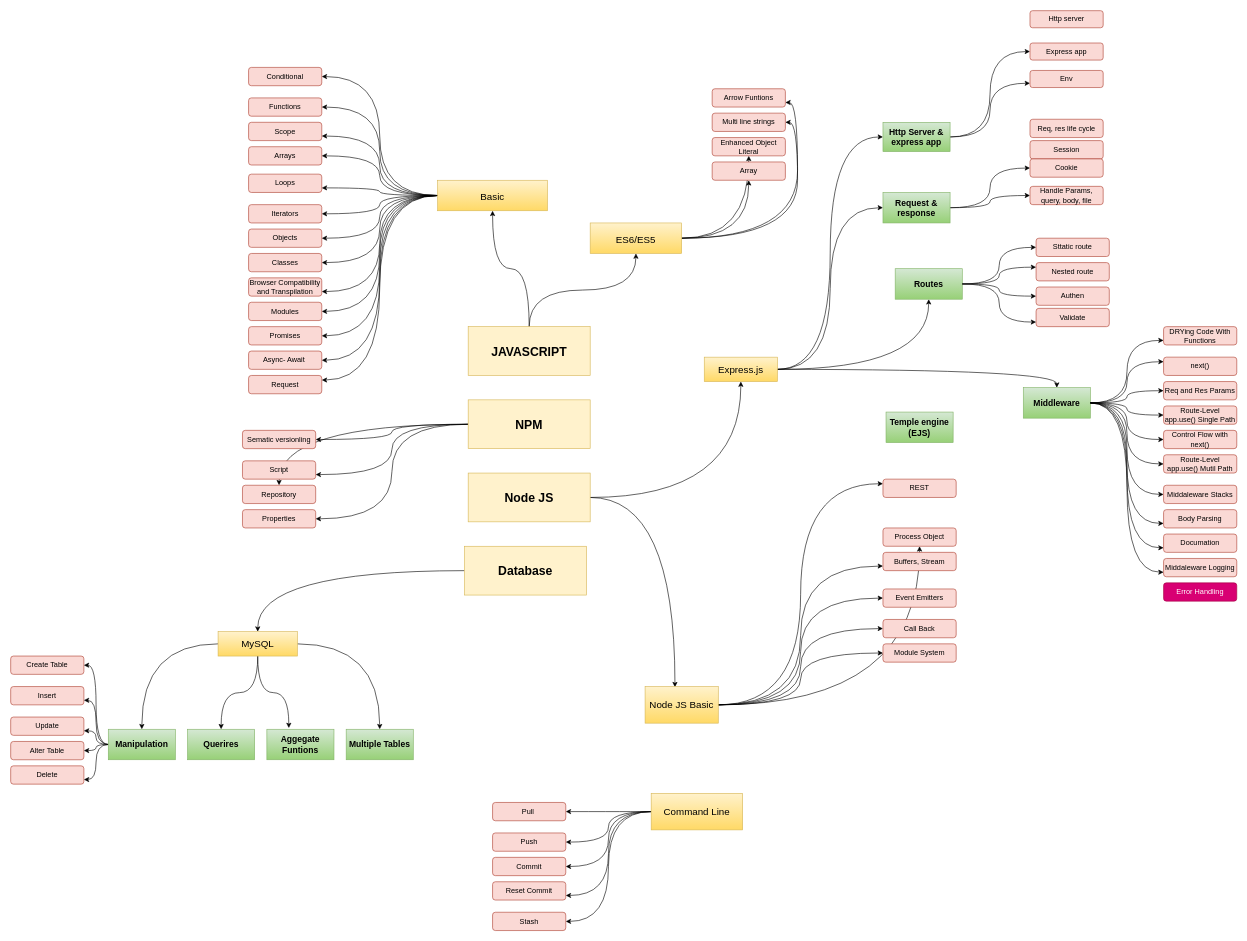
Above: roadmap/Untitled Diagram.drawio in million17/learn-nodejs (draw.io), before the change. Source tidied: cells renumbered, new cells numbered last; positions are measured from the earlier drawing's top-left corner, leaving out a move shared by most shapes. Both pictures are drawn from the tidied source at 61%, with x=0, y=0 at pixel (10, 10).
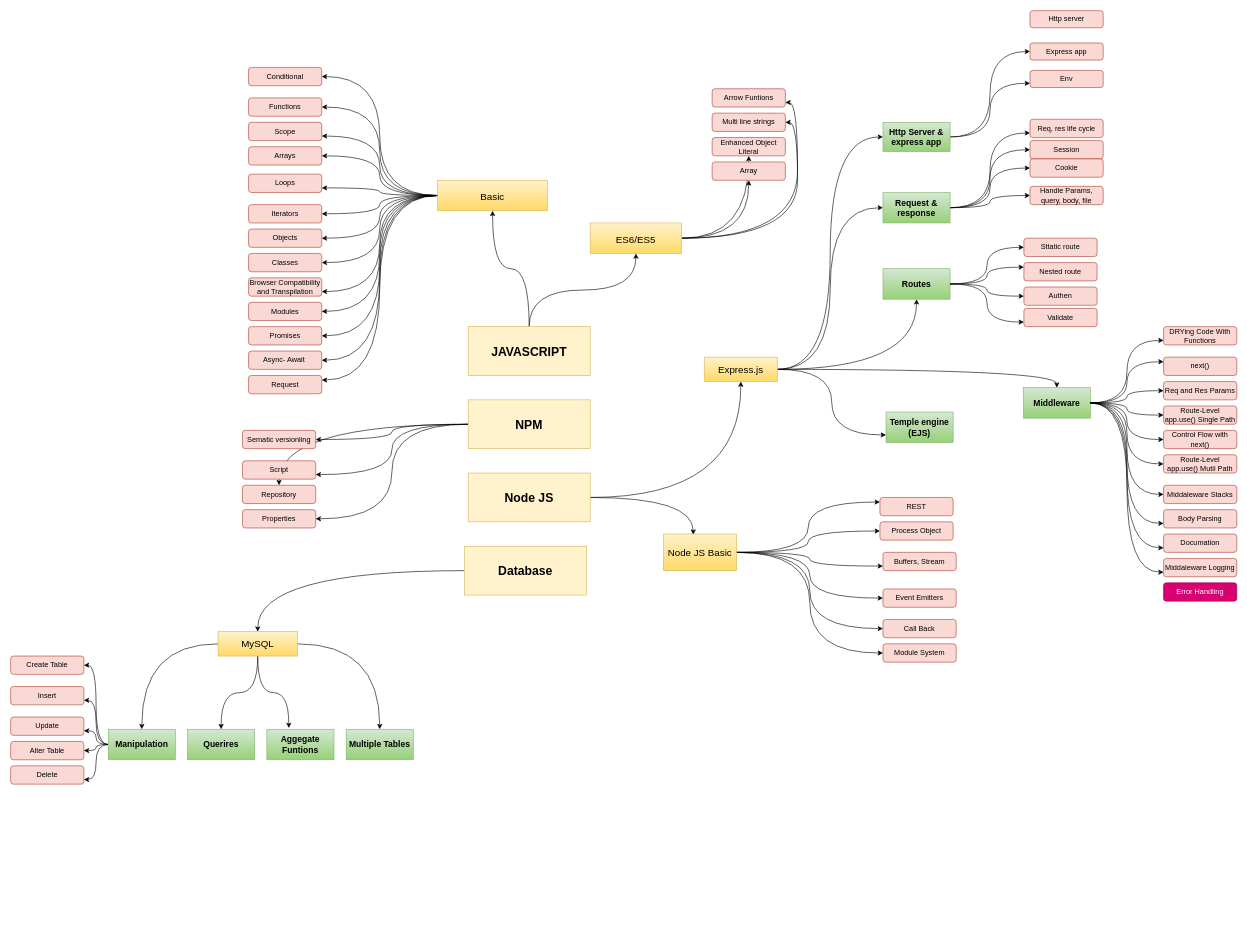
The same page after the edit.

Unchanged cells that the change refers to:
```xml
<mxCell id="28" value="Express.js&lt;br style=&quot;font-size: 16px;&quot;&gt;" style="rounded=0;whiteSpace=wrap;html=1;fillColor=#fff2cc;strokeColor=#d6b656;fontSize=16;gradientColor=#ffd966;" parent="1" vertex="1">
  <mxGeometry x="1137" y="568" width="120" height="40" as="geometry" />
</mxCell>
<mxCell id="107" value="&lt;b&gt;&lt;font style=&quot;font-size: 14px&quot;&gt;Request &amp;amp; response&lt;br&gt;&lt;/font&gt;&lt;/b&gt;" style="whiteSpace=wrap;html=1;rounded=0;strokeColor=#82b366;fillColor=#d5e8d4;gradientColor=#97d077;" parent="1" vertex="1">
  <mxGeometry x="1430" y="298" width="110" height="50" as="geometry" />
</mxCell>
<mxCell id="111" value="Session" style="rounded=1;whiteSpace=wrap;html=1;fillColor=#fad9d5;fontSize=12;align=center;strokeColor=#ae4132;" parent="1" vertex="1">
  <mxGeometry x="1671" y="213" width="120" height="30" as="geometry" />
</mxCell>
<mxCell id="113" value="Req, res life cycle" style="rounded=1;whiteSpace=wrap;html=1;fillColor=#fad9d5;fontSize=12;align=center;strokeColor=#ae4132;" parent="1" vertex="1">
  <mxGeometry x="1671" y="178" width="120" height="30" as="geometry" />
</mxCell>
<mxCell id="114" value="&lt;b&gt;&lt;font style=&quot;font-size: 14px&quot;&gt;Temple engine (EJS)&lt;/font&gt;&lt;/b&gt;" style="whiteSpace=wrap;html=1;rounded=0;strokeColor=#82b366;fillColor=#d5e8d4;gradientColor=#97d077;" parent="1" vertex="1">
  <mxGeometry x="1435" y="658" width="110" height="50" as="geometry" />
</mxCell>
```

Change to the diagram source:
```diff
@@
+    <mxCell id="152" style="edgeStyle=orthogonalEdgeStyle;curved=1;jettySize=auto;html=1;entryX=0;entryY=0.75;entryDx=0;entryDy=0;strokeColor=#000000;fontSize=12;" parent="1" edge="1" source="28" target="114">
+      <mxGeometry relative="1" as="geometry" />
+    </mxCell>
@@
     <mxCell id="47" value="&lt;font style=&quot;font-size: 16px&quot;&gt;Node JS Basic&lt;/font&gt;" style="rounded=0;whiteSpace=wrap;html=1;fillColor=#fff2cc;strokeColor=#d6b656;gradientColor=#ffd966;" parent="1" vertex="1">
-      <mxGeometry x="1040" y="1108" width="120" height="60" as="geometry" />
+      <mxGeometry x="1070" y="858" width="120" height="60" as="geometry" />
     </mxCell>
@@
-    <mxCell id="49" style="edgeStyle=orthogonalEdgeStyle;curved=1;jettySize=auto;html=1;strokeColor=#000000;fontSize=12;" parent="1" edge="1" source="54" target="73">
-      <mxGeometry relative="1" as="geometry" />
-    </mxCell>
-    <mxCell id="50" style="edgeStyle=orthogonalEdgeStyle;curved=1;jettySize=auto;html=1;entryX=1;entryY=0.5;entryDx=0;entryDy=0;strokeColor=#000000;fontSize=12;" parent="1" edge="1" source="54" target="75">
-      <mxGeometry relative="1" as="geometry" />
-    </mxCell>
-    <mxCell id="51" style="edgeStyle=orthogonalEdgeStyle;curved=1;jettySize=auto;html=1;entryX=1;entryY=0.5;entryDx=0;entryDy=0;strokeColor=#000000;fontSize=12;" parent="1" edge="1" source="54" target="74">
-      <mxGeometry relative="1" as="geometry" />
-    </mxCell>
-    <mxCell id="52" style="edgeStyle=orthogonalEdgeStyle;curved=1;jettySize=auto;html=1;entryX=1;entryY=0.75;entryDx=0;entryDy=0;strokeColor=#000000;fontSize=12;" parent="1" edge="1" source="54" target="76">
-      <mxGeometry relative="1" as="geometry" />
-    </mxCell>
-    <mxCell id="53" style="edgeStyle=orthogonalEdgeStyle;curved=1;jettySize=auto;html=1;entryX=1;entryY=0.5;entryDx=0;entryDy=0;strokeColor=#000000;fontSize=12;" parent="1" edge="1" source="54" target="77">
-      <mxGeometry relative="1" as="geometry" />
-    </mxCell>
-    <mxCell id="54" value="Command Line" style="whiteSpace=wrap;html=1;rounded=0;strokeColor=#d6b656;fillColor=#fff2cc;fontSize=16;gradientColor=#ffd966;" parent="1" vertex="1">
-      <mxGeometry x="1050" y="1283" width="150" height="60" as="geometry" />
-    </mxCell>
@@
     <mxCell id="56" value="REST&lt;br&gt;" style="rounded=1;whiteSpace=wrap;html=1;fillColor=#fad9d5;fontSize=12;align=center;strokeColor=#ae4132;" parent="1" vertex="1">
-      <mxGeometry x="1430" y="768" width="120" height="30" as="geometry" />
+      <mxGeometry x="1425" y="798" width="120" height="30" as="geometry" />
     </mxCell>
@@
     <mxCell id="59" value="Process Object" style="rounded=1;whiteSpace=wrap;html=1;fillColor=#fad9d5;fontSize=12;align=center;strokeColor=#ae4132;" parent="1" vertex="1">
-      <mxGeometry x="1430" y="848" width="120" height="30" as="geometry" />
+      <mxGeometry x="1425" y="838" width="120" height="30" as="geometry" />
     </mxCell>
@@
-    <mxCell id="73" value="Pull&amp;nbsp;&lt;br&gt;" style="rounded=1;whiteSpace=wrap;html=1;fillColor=#fad9d5;fontSize=12;align=center;strokeColor=#ae4132;" parent="1" vertex="1">
-      <mxGeometry x="790" y="1298" width="120" height="30" as="geometry" />
-    </mxCell>
-    <mxCell id="74" value="Commit" style="rounded=1;whiteSpace=wrap;html=1;fillColor=#fad9d5;fontSize=12;align=center;strokeColor=#ae4132;" parent="1" vertex="1">
-      <mxGeometry x="790" y="1388" width="120" height="30" as="geometry" />
-    </mxCell>
-    <mxCell id="75" value="Push" style="rounded=1;whiteSpace=wrap;html=1;fillColor=#fad9d5;fontSize=12;align=center;strokeColor=#ae4132;" parent="1" vertex="1">
-      <mxGeometry x="790" y="1348" width="120" height="30" as="geometry" />
-    </mxCell>
-    <mxCell id="76" value="Reset Commit" style="rounded=1;whiteSpace=wrap;html=1;fillColor=#fad9d5;fontSize=12;align=center;strokeColor=#ae4132;" parent="1" vertex="1">
-      <mxGeometry x="790" y="1428" width="120" height="30" as="geometry" />
-    </mxCell>
-    <mxCell id="77" value="Stash&lt;br&gt;" style="rounded=1;whiteSpace=wrap;html=1;fillColor=#fad9d5;fontSize=12;align=center;strokeColor=#ae4132;" parent="1" vertex="1">
-      <mxGeometry x="790" y="1478" width="120" height="30" as="geometry" />
-    </mxCell>
@@
+    <mxCell id="153" style="edgeStyle=orthogonalEdgeStyle;curved=1;jettySize=auto;html=1;entryX=0;entryY=0.5;entryDx=0;entryDy=0;strokeColor=#000000;fontSize=12;" parent="1" edge="1" source="107" target="111">
+      <mxGeometry relative="1" as="geometry" />
+    </mxCell>
+    <mxCell id="154" style="edgeStyle=orthogonalEdgeStyle;curved=1;jettySize=auto;html=1;entryX=0;entryY=0.75;entryDx=0;entryDy=0;strokeColor=#000000;fontSize=12;" parent="1" edge="1" source="107" target="113">
+      <mxGeometry relative="1" as="geometry" />
+    </mxCell>
@@
     <mxCell id="141" style="group;" parent="1" vertex="1">
-      <mxGeometry x="1450" y="373" width="351" height="145" as="geometry" />
+      <mxGeometry x="1430" y="373" width="351" height="145" as="geometry" />
     </mxCell>
```
